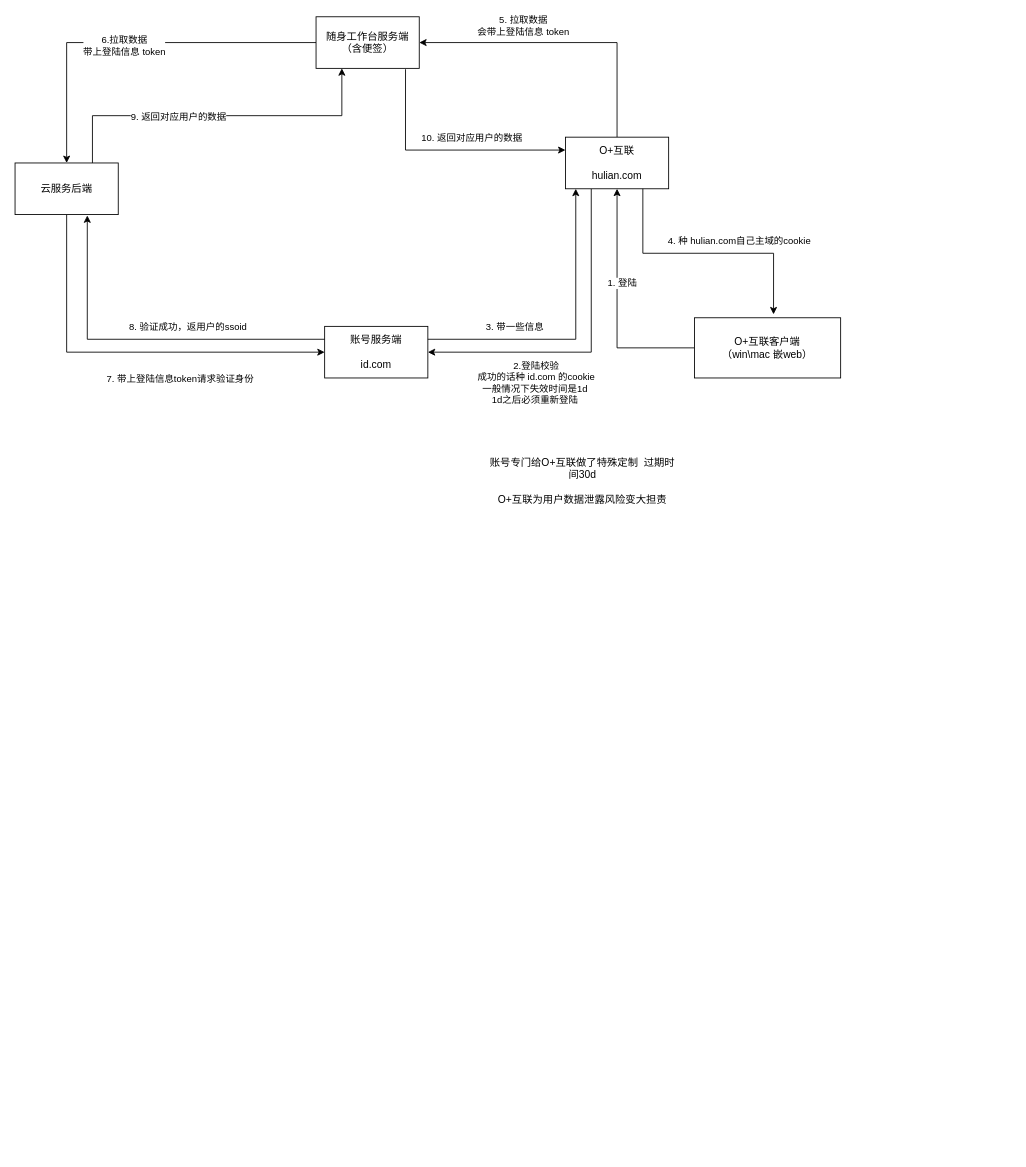
The draw.io diagram page "第 8 页" (8 of 8) of 个性化.drawio in jingb/pythonRepo, before the edit. Source tidied: cells renumbered, new cells numbered last; positions are measured from the earlier drawing's top-left corner, leaving out a move shared by most shapes. Both pictures are drawn from the tidied source at 86%, with x=0, y=0 at pixel (15, 16).
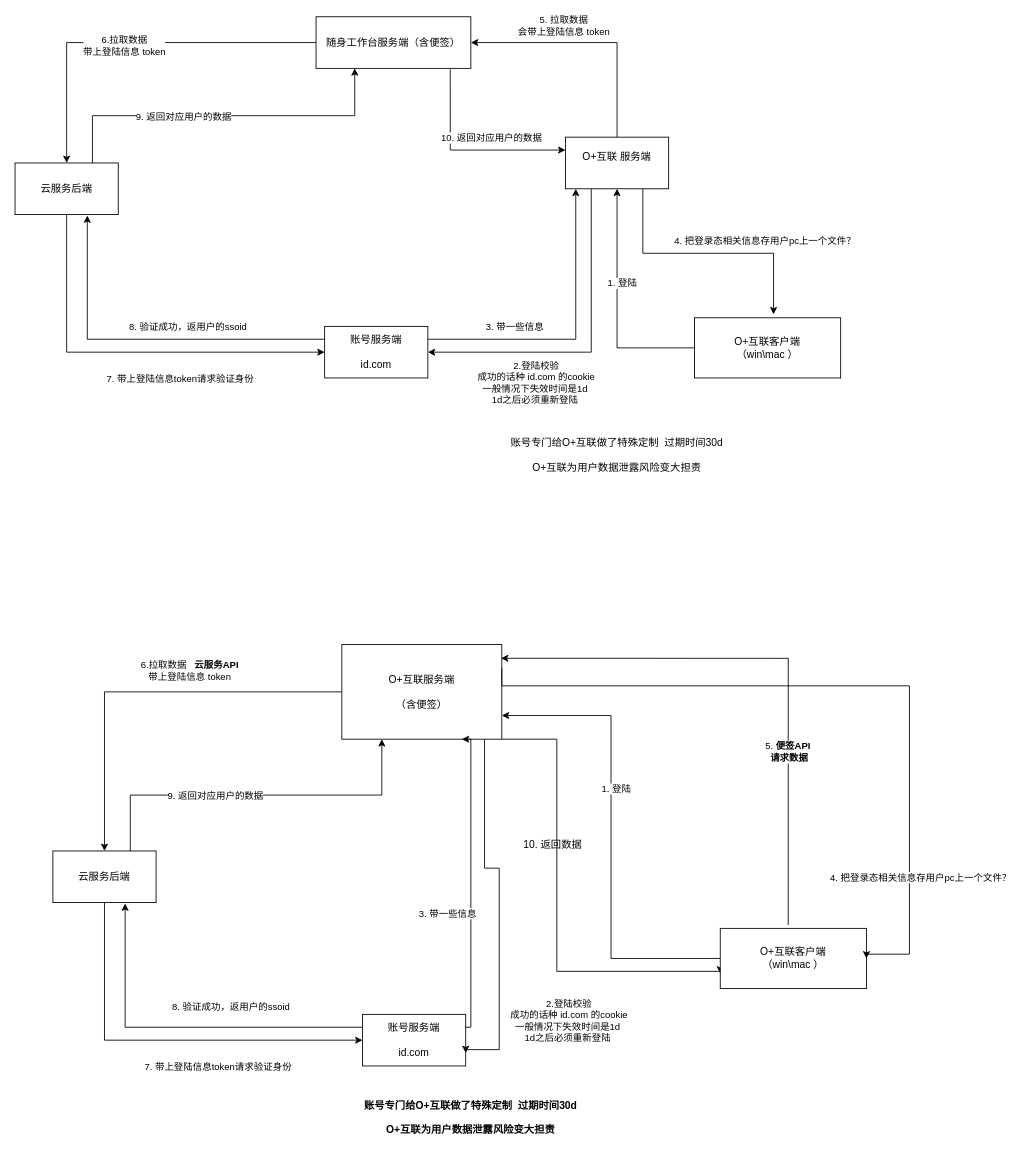
The same diagram, later.

Commit message:
更新个性化.drawio

Unchanged cells that the change refers to:
```xml
<mxCell id="23" style="edgeStyle=orthogonalEdgeStyle;rounded=0;jettySize=auto;html=1;exitX=0.75;exitY=1;exitDx=0;exitDy=0;entryX=0.541;entryY=-0.057;entryDx=0;entryDy=0;entryPerimeter=0;" parent="1" edge="1" source="7" target="20">
  <mxGeometry relative="1" as="geometry" />
</mxCell>
```

What changed in the source:
```diff
@@
-    <mxCell id="7" value="O+互联&lt;br&gt;&lt;br&gt;hulian.com" style="rounded=0;whiteSpace=wrap;html=1;" parent="1" vertex="1">
+    <mxCell id="7" value="O+互联 服务端&lt;div&gt;&lt;br/&gt;&lt;/div&gt;" style="rounded=0;whiteSpace=wrap;html=1;" parent="1" vertex="1">
       <mxGeometry x="640" y="140" width="120" height="60" as="geometry" />
     </mxCell>
@@
     <mxCell id="17" value="随身工作台服务端（含便签）" style="rounded=0;whiteSpace=wrap;html=1;" parent="1" vertex="1">
-      <mxGeometry x="350" width="120" height="60" as="geometry" />
+      <mxGeometry x="350" width="180" height="60" as="geometry" />
     </mxCell>
@@
-    <mxCell id="20" value="O+互联客户端&lt;br&gt;（win\mac 嵌web）" style="rounded=0;whiteSpace=wrap;html=1;" parent="1" vertex="1">
+    <mxCell id="20" value="O+互联客户端&lt;br&gt;（win\mac ）" style="rounded=0;whiteSpace=wrap;html=1;" parent="1" vertex="1">
       <mxGeometry x="790" y="350" width="170" height="70" as="geometry" />
     </mxCell>
@@
-    <mxCell id="24" value="4. 种 hulian.com自己主域的cookie" style="edgeLabel;html=1;align=center;verticalAlign=middle;" parent="23" vertex="1">
+    <mxCell id="24" value="4. 把登录态相关信息存用户pc上一个文件？" style="edgeLabel;html=1;align=center;verticalAlign=middle;" parent="23" vertex="1">
       <mxGeometry x="-0.15" y="-1" relative="1" as="geometry">
-        <mxPoint x="59" y="-16" as="offset" />
+        <mxPoint x="89" y="-16" as="offset" />
       </mxGeometry>
     </mxCell>
@@
     <mxCell id="27" value="账号专门给O+互联做了特殊定制&amp;nbsp; 过期时间30d&lt;br&gt;&lt;br&gt;O+互联为用户数据泄露风险变大担责" style="text;html=1;align=center;verticalAlign=middle;whiteSpace=wrap;rounded=0;" parent="1" vertex="1">
-      <mxGeometry x="550" y="500" width="220" height="80" as="geometry" />
+      <mxGeometry x="560" y="470" width="280" height="80" as="geometry" />
     </mxCell>
+    <mxCell id="28" value="账号服务端&lt;br&gt;&lt;br&gt;id.com" style="rounded=0;whiteSpace=wrap;html=1;" parent="1" vertex="1">
+      <mxGeometry x="404" y="1160" width="120" height="60" as="geometry" />
+    </mxCell>
+    <mxCell id="29" style="rounded=0;jettySize=auto;html=1;entryX=1;entryY=0.75;entryDx=0;entryDy=0;edgeStyle=orthogonalEdgeStyle;exitX=0.892;exitY=0.991;exitDx=0;exitDy=0;exitPerimeter=0;" parent="1" edge="1" source="39" target="28">
+      <mxGeometry relative="1" as="geometry">
+        <Array as="points">
+          <mxPoint x="546" y="990" />
+          <mxPoint x="563" y="990" />
+          <mxPoint x="563" y="1201" />
+          <mxPoint x="524" y="1201" />
+        </Array>
+      </mxGeometry>
+    </mxCell>
+    <mxCell id="30" value="2.登陆校验&lt;br&gt;成功的话种 id.com 的cookie&lt;br&gt;一般情况下失效时间是1d&amp;nbsp; &lt;br&gt;1d之后必须重新登陆&amp;nbsp;" style="edgeLabel;html=1;align=center;verticalAlign=middle;" parent="29" vertex="1">
+      <mxGeometry x="0.34" relative="1" as="geometry">
+        <mxPoint x="80" y="63" as="offset" />
+      </mxGeometry>
+    </mxCell>
+    <mxCell id="31" style="edgeStyle=orthogonalEdgeStyle;rounded=0;jettySize=auto;html=1;exitX=0.5;exitY=1;exitDx=0;exitDy=0;entryX=0;entryY=0.5;entryDx=0;entryDy=0;" parent="1" edge="1" source="35" target="28">
+      <mxGeometry relative="1" as="geometry" />
+    </mxCell>
+    <mxCell id="32" value="7. 带上登陆信息token请求验证身份" style="edgeLabel;html=1;align=center;verticalAlign=middle;" parent="31" vertex="1">
+      <mxGeometry x="-0.08" y="2" relative="1" as="geometry">
+        <mxPoint x="79" y="32" as="offset" />
+      </mxGeometry>
+    </mxCell>
+    <mxCell id="33" style="edgeStyle=orthogonalEdgeStyle;rounded=0;jettySize=auto;html=1;exitX=0.75;exitY=0;exitDx=0;exitDy=0;entryX=0.25;entryY=1;entryDx=0;entryDy=0;" parent="1" edge="1" source="35" target="39">
+      <mxGeometry relative="1" as="geometry" />
+    </mxCell>
+    <mxCell id="34" value="9. 返回对应用户的数据" style="edgeLabel;html=1;align=center;verticalAlign=middle;" parent="33" vertex="1">
+      <mxGeometry x="-0.23" relative="1" as="geometry" />
+    </mxCell>
+    <mxCell id="35" value="云服务后端" style="rounded=0;whiteSpace=wrap;html=1;" parent="1" vertex="1">
+      <mxGeometry x="44" y="970" width="120" height="60" as="geometry" />
+    </mxCell>
+    <mxCell id="36" style="edgeStyle=orthogonalEdgeStyle;rounded=0;jettySize=auto;html=1;exitX=0;exitY=0.5;exitDx=0;exitDy=0;entryX=0.5;entryY=0;entryDx=0;entryDy=0;" parent="1" edge="1" source="39" target="35">
+      <mxGeometry relative="1" as="geometry" />
+    </mxCell>
+    <mxCell id="37" value="6.拉取数据&amp;nbsp; &amp;nbsp;&lt;b&gt;云服务API&lt;/b&gt;&lt;br&gt;带上登陆信息 token" style="edgeLabel;html=1;align=center;verticalAlign=middle;" parent="36" vertex="1">
+      <mxGeometry x="0.04" y="3" relative="1" as="geometry">
+        <mxPoint x="62" y="-28" as="offset" />
+      </mxGeometry>
+    </mxCell>
+    <mxCell id="38" style="edgeStyle=orthogonalEdgeStyle;rounded=0;jettySize=auto;html=1;exitX=1;exitY=1;exitDx=0;exitDy=0;entryX=0;entryY=0.75;entryDx=0;entryDy=0;" parent="1" edge="1" source="39" target="42">
+      <mxGeometry relative="1" as="geometry">
+        <Array as="points">
+          <mxPoint x="630" y="840" />
+          <mxPoint x="630" y="1110" />
+          <mxPoint x="820" y="1110" />
+        </Array>
+      </mxGeometry>
+    </mxCell>
+    <mxCell id="39" value="O+互联服务端&lt;br&gt;&lt;br&gt;（含便签）" style="rounded=0;whiteSpace=wrap;html=1;" parent="1" vertex="1">
+      <mxGeometry x="380" y="730" width="186" height="110" as="geometry" />
+    </mxCell>
+    <mxCell id="40" style="edgeStyle=orthogonalEdgeStyle;rounded=0;jettySize=auto;html=1;exitX=0;exitY=0.5;exitDx=0;exitDy=0;entryX=1;entryY=0.75;entryDx=0;entryDy=0;" parent="1" edge="1" source="42" target="39">
+      <mxGeometry relative="1" as="geometry" />
+    </mxCell>
+    <mxCell id="41" value="1. 登陆" style="edgeLabel;html=1;align=center;verticalAlign=middle;" parent="40" vertex="1">
+      <mxGeometry x="0.21" y="-5" relative="1" as="geometry" />
+    </mxCell>
+    <mxCell id="42" value="O+互联客户端&lt;br&gt;（win\mac ）" style="rounded=0;whiteSpace=wrap;html=1;" parent="1" vertex="1">
+      <mxGeometry x="820" y="1060" width="170" height="70" as="geometry" />
+    </mxCell>
+    <mxCell id="43" style="edgeStyle=orthogonalEdgeStyle;rounded=0;jettySize=auto;html=1;exitX=1;exitY=0.25;exitDx=0;exitDy=0;entryX=0.75;entryY=1;entryDx=0;entryDy=0;" parent="1" edge="1" source="28" target="39">
+      <mxGeometry relative="1" as="geometry">
+        <Array as="points">
+          <mxPoint x="530" y="1175" />
+        </Array>
+      </mxGeometry>
+    </mxCell>
+    <mxCell id="44" value="3. 带一些信息" style="edgeLabel;html=1;align=center;verticalAlign=middle;" parent="43" vertex="1">
+      <mxGeometry x="-0.28" y="3" relative="1" as="geometry">
+        <mxPoint x="-25" y="-12" as="offset" />
+      </mxGeometry>
+    </mxCell>
+    <mxCell id="45" style="edgeStyle=orthogonalEdgeStyle;rounded=0;jettySize=auto;html=1;exitX=1;exitY=0.25;exitDx=0;exitDy=0;entryX=1;entryY=0.5;entryDx=0;entryDy=0;" parent="1" edge="1" source="39" target="42">
+      <mxGeometry relative="1" as="geometry">
+        <Array as="points">
+          <mxPoint x="1040" y="778" />
+          <mxPoint x="1040" y="1090" />
+          <mxPoint x="990" y="1090" />
+        </Array>
+      </mxGeometry>
+    </mxCell>
+    <mxCell id="46" value="4. 把登录态相关信息存用户pc上一个文件？" style="edgeLabel;html=1;align=center;verticalAlign=middle;" parent="45" vertex="1">
+      <mxGeometry x="-0.15" y="-1" relative="1" as="geometry">
+        <mxPoint x="141" y="221" as="offset" />
+      </mxGeometry>
+    </mxCell>
+    <mxCell id="47" style="edgeStyle=orthogonalEdgeStyle;rounded=0;jettySize=auto;html=1;exitX=0;exitY=0.25;exitDx=0;exitDy=0;entryX=0.7;entryY=1.017;entryDx=0;entryDy=0;entryPerimeter=0;" parent="1" edge="1" source="28" target="35">
+      <mxGeometry relative="1" as="geometry" />
+    </mxCell>
+    <mxCell id="48" value="8. 验证成功，返用户的ssoid" style="edgeLabel;html=1;align=center;verticalAlign=middle;" parent="47" vertex="1">
+      <mxGeometry x="-0.01" y="-3" relative="1" as="geometry">
+        <mxPoint x="54" y="-22" as="offset" />
+      </mxGeometry>
+    </mxCell>
+    <mxCell id="49" value="&lt;b&gt;账号专门给O+互联做了特殊定制&amp;nbsp; 过期时间30d&lt;br&gt;&lt;br&gt;O+互联为用户数据泄露风险变大担责&lt;/b&gt;" style="text;html=1;align=center;verticalAlign=middle;whiteSpace=wrap;rounded=0;" parent="1" vertex="1">
+      <mxGeometry x="390" y="1240" width="280" height="80" as="geometry" />
+    </mxCell>
+    <mxCell id="50" style="rounded=0;jettySize=auto;html=1;exitX=0.465;exitY=-0.057;exitDx=0;exitDy=0;exitPerimeter=0;entryX=0.995;entryY=0.145;entryDx=0;entryDy=0;entryPerimeter=0;edgeStyle=orthogonalEdgeStyle;" parent="1" edge="1" source="42" target="39">
+      <mxGeometry relative="1" as="geometry">
+        <Array as="points">
+          <mxPoint x="899" y="746" />
+        </Array>
+      </mxGeometry>
+    </mxCell>
+    <mxCell id="51" value="5. &lt;b&gt;便签API&amp;nbsp;&lt;br&gt;请求数据&lt;/b&gt;" style="edgeLabel;html=1;align=center;verticalAlign=middle;" parent="50" vertex="1">
+      <mxGeometry x="-0.34" y="-2" relative="1" as="geometry">
+        <mxPoint x="-2" y="11" as="offset" />
+      </mxGeometry>
+    </mxCell>
+    <mxCell id="52" value="10. 返回数据" style="text;html=1;align=center;verticalAlign=middle;strokeColor=none;fillColor=none;" parent="1" vertex="1">
+      <mxGeometry x="580" y="948" width="90" height="30" as="geometry" />
+    </mxCell>
```
